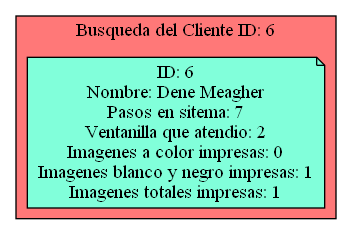
Earlier version of the Graphviz export Simple_Clients_Served_Report_Searc.png (Serch-ING/EDD_UDRAWING_202000119). Its source is kept beside it as Simple_Clients_Served_Report_Searc.dot.
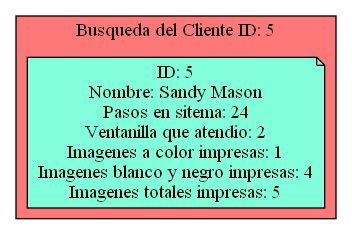
Above is the later version.

Change to the diagram source:
```diff
@@ -1,14 +1,14 @@
 digraph L {
 node[shape=note fillcolor="#A181FF" style =filled]
 subgraph cluster_p{
-    label= "Busqueda del Cliente ID: 6"
+    label= "Busqueda del Cliente ID: 5"
     bgcolor = "#FF7878"
-Nodo1008925772[label="ID: 6
-Nombre: Dene Meagher
-Pasos en sitema: 7
+Nodo1008925772[label="ID: 5
+Nombre: Sandy Mason
+Pasos en sitema: 24
 Ventanilla que atendio: 2
-Imagenes a color impresas: 0
-Imagenes blanco y negro impresas: 1
-Imagenes totales impresas: 1",fillcolor="#81FFDA"]
+Imagenes a color impresas: 1
+Imagenes blanco y negro impresas: 4
+Imagenes totales impresas: 5",fillcolor="#81FFDA"]
 
 }}
```
